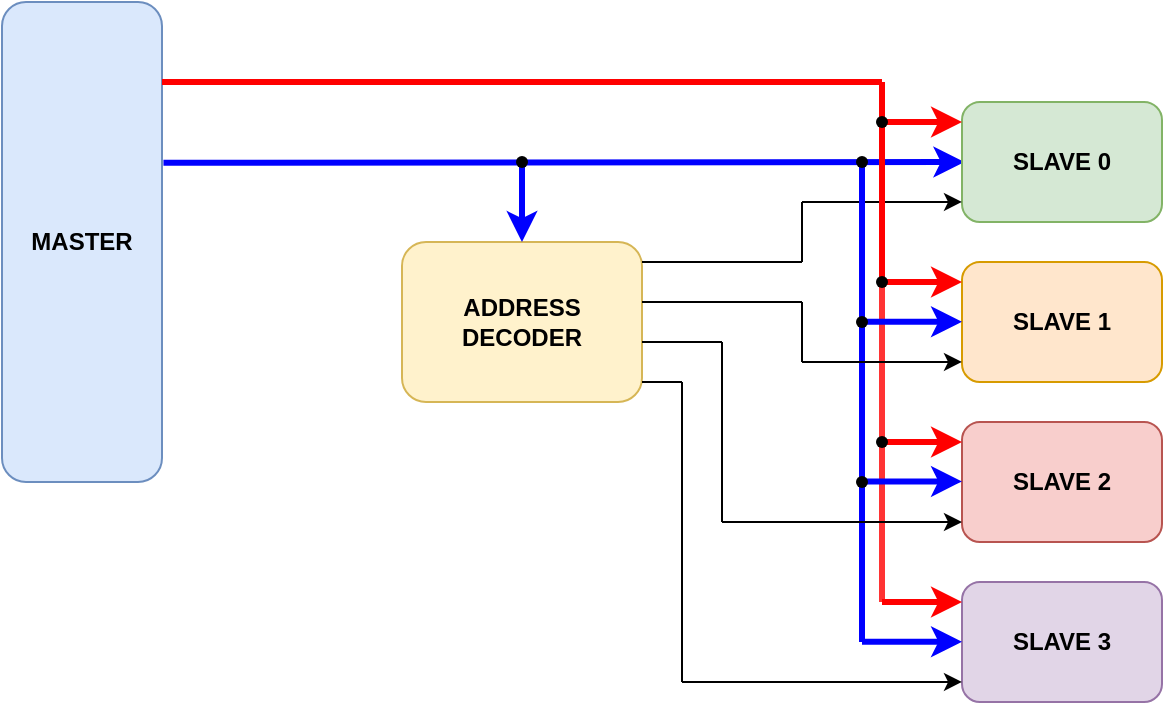
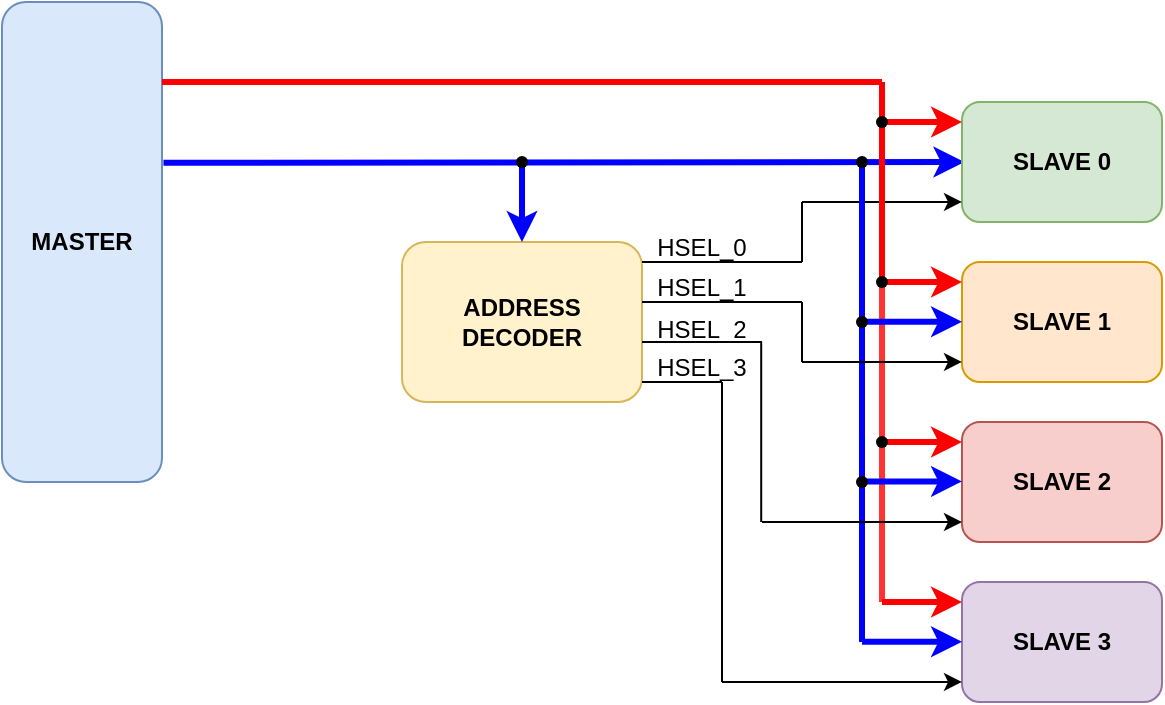
<mxfile host="app.diagrams.net" agent="Mozilla/5.0 (Windows NT 10.0; Win64; x64) AppleWebKit/537.36 (KHTML, like Gecko) Chrome/144.0.0.0 Safari/537.36 Edg/144.0.0.0" pages="4">
  <diagram id="00dOMP4ly3Yvcw6Omt_P" name="AHB Block Diagram">
-     <mxGraphModel dx="527" dy="762" grid="1" gridSize="10" guides="1" tooltips="1" connect="1" arrows="1" fold="1" page="1" pageScale="1" pageWidth="850" pageHeight="1100" math="0" shadow="0">
+     <mxGraphModel dx="255" dy="368" grid="1" gridSize="10" guides="1" tooltips="1" connect="1" arrows="1" fold="1" page="1" pageScale="1" pageWidth="850" pageHeight="1100" math="0" shadow="0">
      <root>
        <mxCell id="0" />
        <mxCell id="1" parent="0" />
        <mxCell id="WVtcaOnAu4kVJNJomXHp-1" parent="1" style="rounded=1;whiteSpace=wrap;html=1;fillColor=#dae8fc;strokeColor=#6c8ebf;" value="&lt;b&gt;MASTER&lt;/b&gt;" vertex="1">
          <mxGeometry height="240" width="80" x="80" y="160" as="geometry" />
        </mxCell>
        <mxCell id="WVtcaOnAu4kVJNJomXHp-3" parent="1" style="rounded=1;whiteSpace=wrap;html=1;fillColor=#fff2cc;strokeColor=#d6b656;" value="&lt;b&gt;ADDRESS DECODER&lt;/b&gt;" vertex="1">
          <mxGeometry height="80" width="120" x="280" y="280" as="geometry" />
        </mxCell>
        <mxCell id="WVtcaOnAu4kVJNJomXHp-4" edge="1" parent="1" source="WVtcaOnAu4kVJNJomXHp-1" style="endArrow=classic;html=1;rounded=0;exitX=1.009;exitY=0.335;exitDx=0;exitDy=0;exitPerimeter=0;strokeWidth=3;strokeColor=#0000FF;" value="">
          <mxGeometry height="50" relative="1" width="50" as="geometry">
            <mxPoint x="170" y="240" as="sourcePoint" />
            <mxPoint x="561.2" y="240" as="targetPoint" />
          </mxGeometry>
        </mxCell>
        <mxCell id="WVtcaOnAu4kVJNJomXHp-5" edge="1" parent="1" source="WVtcaOnAu4kVJNJomXHp-6" style="endArrow=classic;html=1;rounded=0;entryX=0.5;entryY=0;entryDx=0;entryDy=0;strokeWidth=3;strokeColor=#0000FF;" target="WVtcaOnAu4kVJNJomXHp-3" value="">
          <mxGeometry height="50" relative="1" width="50" as="geometry">
            <mxPoint x="340" y="240" as="sourcePoint" />
            <mxPoint x="390" y="190" as="targetPoint" />
          </mxGeometry>
        </mxCell>
        <mxCell id="WVtcaOnAu4kVJNJomXHp-6" parent="1" style="shape=waypoint;sketch=0;fillStyle=solid;size=6;pointerEvents=1;points=[];fillColor=none;resizable=0;rotatable=0;perimeter=centerPerimeter;snapToPoint=1;" value="" vertex="1">
          <mxGeometry height="20" width="20" x="330" y="230" as="geometry" />
        </mxCell>
        <mxCell id="WVtcaOnAu4kVJNJomXHp-7" parent="1" style="rounded=1;whiteSpace=wrap;html=1;fillColor=#d5e8d4;strokeColor=#82b366;fontStyle=1" value="SLAVE 0" vertex="1">
          <mxGeometry height="60" width="100" x="560" y="210" as="geometry" />
        </mxCell>
        <mxCell id="WVtcaOnAu4kVJNJomXHp-8" parent="1" style="rounded=1;whiteSpace=wrap;html=1;fillColor=#ffe6cc;strokeColor=#d79b00;fontStyle=1" value="SLAVE 1" vertex="1">
          <mxGeometry height="60" width="100" x="560" y="290" as="geometry" />
        </mxCell>
        <mxCell id="WVtcaOnAu4kVJNJomXHp-9" parent="1" style="rounded=1;whiteSpace=wrap;html=1;fillColor=#f8cecc;strokeColor=#b85450;fontStyle=1" value="SLAVE 2" vertex="1">
          <mxGeometry height="60" width="100" x="560" y="370" as="geometry" />
        </mxCell>
        <mxCell id="WVtcaOnAu4kVJNJomXHp-10" parent="1" style="rounded=1;whiteSpace=wrap;html=1;fillColor=#e1d5e7;strokeColor=#9673a6;fontStyle=1" value="SLAVE 3" vertex="1">
          <mxGeometry height="60" width="100" x="560" y="450" as="geometry" />
        </mxCell>
        <mxCell id="WVtcaOnAu4kVJNJomXHp-11" edge="1" parent="1" source="WVtcaOnAu4kVJNJomXHp-3" style="endArrow=none;html=1;rounded=0;exitX=1;exitY=0.125;exitDx=0;exitDy=0;exitPerimeter=0;" value="">
          <mxGeometry height="50" relative="1" width="50" as="geometry">
            <mxPoint x="410" y="290" as="sourcePoint" />
            <mxPoint x="480" y="290" as="targetPoint" />
          </mxGeometry>
        </mxCell>
        <mxCell id="WVtcaOnAu4kVJNJomXHp-12" edge="1" parent="1" style="endArrow=none;html=1;rounded=0;" value="">
          <mxGeometry height="50" relative="1" width="50" as="geometry">
            <mxPoint x="480" y="290" as="sourcePoint" />
            <mxPoint x="480" y="260" as="targetPoint" />
          </mxGeometry>
        </mxCell>
        <mxCell id="WVtcaOnAu4kVJNJomXHp-13" edge="1" parent="1" style="endArrow=classic;html=1;rounded=0;entryX=0;entryY=0.833;entryDx=0;entryDy=0;entryPerimeter=0;" target="WVtcaOnAu4kVJNJomXHp-7" value="">
          <mxGeometry height="50" relative="1" width="50" as="geometry">
            <mxPoint x="480" y="260" as="sourcePoint" />
            <mxPoint x="540" y="260" as="targetPoint" />
          </mxGeometry>
        </mxCell>
        <mxCell id="WVtcaOnAu4kVJNJomXHp-18" edge="1" parent="1" style="endArrow=none;html=1;rounded=0;strokeWidth=3;strokeColor=#FF0000;" value="">
          <mxGeometry height="50" relative="1" width="50" as="geometry">
            <mxPoint x="160" y="200" as="sourcePoint" />
            <mxPoint x="520" y="200" as="targetPoint" />
          </mxGeometry>
        </mxCell>
        <mxCell id="WVtcaOnAu4kVJNJomXHp-19" edge="1" parent="1" source="WVtcaOnAu4kVJNJomXHp-25" style="endArrow=none;html=1;rounded=0;strokeWidth=3;strokeColor=#FF0000;" value="">
          <mxGeometry height="50" relative="1" width="50" as="geometry">
            <mxPoint x="520" y="380" as="sourcePoint" />
            <mxPoint x="520" y="200" as="targetPoint" />
          </mxGeometry>
        </mxCell>
        <mxCell id="WVtcaOnAu4kVJNJomXHp-20" edge="1" parent="1" style="endArrow=classic;html=1;rounded=0;entryX=0;entryY=0.167;entryDx=0;entryDy=0;entryPerimeter=0;strokeWidth=3;strokeColor=#FF0000;" target="WVtcaOnAu4kVJNJomXHp-7" value="">
          <mxGeometry height="50" relative="1" width="50" as="geometry">
            <mxPoint x="520" y="220" as="sourcePoint" />
            <mxPoint x="570" y="170" as="targetPoint" />
          </mxGeometry>
        </mxCell>
        <mxCell id="WVtcaOnAu4kVJNJomXHp-22" edge="1" parent="1" style="endArrow=classic;html=1;rounded=0;entryX=0;entryY=0.167;entryDx=0;entryDy=0;entryPerimeter=0;strokeWidth=3;strokeColor=#FF0000;" value="">
          <mxGeometry height="50" relative="1" width="50" as="geometry">
            <mxPoint x="520" y="300" as="sourcePoint" />
            <mxPoint x="560" y="300" as="targetPoint" />
          </mxGeometry>
        </mxCell>
        <mxCell id="WVtcaOnAu4kVJNJomXHp-23" parent="1" style="shape=waypoint;sketch=0;fillStyle=solid;size=6;pointerEvents=1;points=[];fillColor=none;resizable=0;rotatable=0;perimeter=centerPerimeter;snapToPoint=1;" value="" vertex="1">
          <mxGeometry height="20" width="20" x="510" y="210" as="geometry" />
        </mxCell>
        <mxCell id="WVtcaOnAu4kVJNJomXHp-24" edge="1" parent="1" style="endArrow=classic;html=1;rounded=0;entryX=0;entryY=0.167;entryDx=0;entryDy=0;entryPerimeter=0;strokeWidth=3;strokeColor=#FF0000;" value="">
          <mxGeometry height="50" relative="1" width="50" as="geometry">
            <mxPoint x="520" y="380" as="sourcePoint" />
            <mxPoint x="560" y="380" as="targetPoint" />
          </mxGeometry>
        </mxCell>
        <mxCell id="WVtcaOnAu4kVJNJomXHp-26" edge="1" parent="1" style="endArrow=none;html=1;rounded=0;strokeWidth=3;strokeColor=#FF3333;" target="WVtcaOnAu4kVJNJomXHp-25" value="">
          <mxGeometry height="50" relative="1" width="50" as="geometry">
            <mxPoint x="520" y="460" as="sourcePoint" />
            <mxPoint x="520" y="200" as="targetPoint" />
          </mxGeometry>
        </mxCell>
        <mxCell id="WVtcaOnAu4kVJNJomXHp-25" parent="1" style="shape=waypoint;sketch=0;fillStyle=solid;size=6;pointerEvents=1;points=[];fillColor=none;resizable=0;rotatable=0;perimeter=centerPerimeter;snapToPoint=1;" value="" vertex="1">
          <mxGeometry height="20" width="20" x="510" y="290" as="geometry" />
        </mxCell>
        <mxCell id="WVtcaOnAu4kVJNJomXHp-27" edge="1" parent="1" style="endArrow=none;html=1;rounded=0;strokeWidth=3;strokeColor=#0000FF;" target="WVtcaOnAu4kVJNJomXHp-30" value="">
          <mxGeometry height="50" relative="1" width="50" as="geometry">
            <mxPoint x="510" y="480" as="sourcePoint" />
            <mxPoint x="510" y="240" as="targetPoint" />
          </mxGeometry>
        </mxCell>
        <mxCell id="WVtcaOnAu4kVJNJomXHp-28" edge="1" parent="1" style="endArrow=classic;html=1;rounded=0;entryX=0;entryY=0.167;entryDx=0;entryDy=0;entryPerimeter=0;strokeWidth=3;strokeColor=#0000FF;" value="">
          <mxGeometry height="50" relative="1" width="50" as="geometry">
            <mxPoint x="510" y="399.72" as="sourcePoint" />
            <mxPoint x="560" y="399.72" as="targetPoint" />
          </mxGeometry>
        </mxCell>
        <mxCell id="WVtcaOnAu4kVJNJomXHp-29" edge="1" parent="1" style="endArrow=classic;html=1;rounded=0;entryX=0;entryY=0.167;entryDx=0;entryDy=0;entryPerimeter=0;strokeWidth=3;strokeColor=#0000FF;" value="">
          <mxGeometry height="50" relative="1" width="50" as="geometry">
            <mxPoint x="510" y="319.86" as="sourcePoint" />
            <mxPoint x="560" y="319.86" as="targetPoint" />
          </mxGeometry>
        </mxCell>
        <mxCell id="WVtcaOnAu4kVJNJomXHp-30" parent="1" style="shape=waypoint;sketch=0;fillStyle=solid;size=6;pointerEvents=1;points=[];fillColor=none;resizable=0;rotatable=0;perimeter=centerPerimeter;snapToPoint=1;" value="" vertex="1">
          <mxGeometry height="20" width="20" x="500.0000000000001" y="230" as="geometry" />
        </mxCell>
        <mxCell id="WVtcaOnAu4kVJNJomXHp-31" parent="1" style="shape=waypoint;sketch=0;fillStyle=solid;size=6;pointerEvents=1;points=[];fillColor=none;resizable=0;rotatable=0;perimeter=centerPerimeter;snapToPoint=1;" value="" vertex="1">
          <mxGeometry height="20" width="20" x="500" y="310" as="geometry" />
        </mxCell>
        <mxCell id="WVtcaOnAu4kVJNJomXHp-32" edge="1" parent="1" style="endArrow=classic;html=1;rounded=0;entryX=0;entryY=0.167;entryDx=0;entryDy=0;entryPerimeter=0;strokeWidth=3;strokeColor=#FF0000;" value="">
          <mxGeometry height="50" relative="1" width="50" as="geometry">
            <mxPoint x="520" y="460" as="sourcePoint" />
            <mxPoint x="560" y="460" as="targetPoint" />
          </mxGeometry>
        </mxCell>
        <mxCell id="WVtcaOnAu4kVJNJomXHp-33" edge="1" parent="1" style="endArrow=classic;html=1;rounded=0;entryX=0;entryY=0.167;entryDx=0;entryDy=0;entryPerimeter=0;strokeWidth=3;strokeColor=#0000FF;" value="">
          <mxGeometry height="50" relative="1" width="50" as="geometry">
            <mxPoint x="510" y="479.88" as="sourcePoint" />
            <mxPoint x="560" y="479.88" as="targetPoint" />
          </mxGeometry>
        </mxCell>
        <mxCell id="WVtcaOnAu4kVJNJomXHp-34" parent="1" style="shape=waypoint;sketch=0;fillStyle=solid;size=6;pointerEvents=1;points=[];fillColor=none;resizable=0;rotatable=0;perimeter=centerPerimeter;snapToPoint=1;" value="" vertex="1">
          <mxGeometry height="20" width="20" x="510" y="370" as="geometry" />
        </mxCell>
        <mxCell id="WVtcaOnAu4kVJNJomXHp-35" parent="1" style="shape=waypoint;sketch=0;fillStyle=solid;size=6;pointerEvents=1;points=[];fillColor=none;resizable=0;rotatable=0;perimeter=centerPerimeter;snapToPoint=1;" value="" vertex="1">
          <mxGeometry height="20" width="20" x="500" y="390" as="geometry" />
        </mxCell>
        <mxCell id="WVtcaOnAu4kVJNJomXHp-38" edge="1" parent="1" style="endArrow=none;html=1;rounded=0;" value="">
          <mxGeometry height="50" relative="1" width="50" as="geometry">
            <mxPoint x="400" y="310" as="sourcePoint" />
            <mxPoint x="480" y="310" as="targetPoint" />
          </mxGeometry>
        </mxCell>
        <mxCell id="WVtcaOnAu4kVJNJomXHp-39" edge="1" parent="1" style="endArrow=none;html=1;rounded=0;" value="">
          <mxGeometry height="50" relative="1" width="50" as="geometry">
            <mxPoint x="400" y="330" as="sourcePoint" />
-             <mxPoint x="440" y="330" as="targetPoint" />
+             <mxPoint x="460" y="330" as="targetPoint" />
          </mxGeometry>
        </mxCell>
        <mxCell id="WVtcaOnAu4kVJNJomXHp-40" edge="1" parent="1" style="endArrow=none;html=1;rounded=0;" value="">
          <mxGeometry height="50" relative="1" width="50" as="geometry">
            <mxPoint x="400" y="350" as="sourcePoint" />
-             <mxPoint x="420" y="350" as="targetPoint" />
+             <mxPoint x="440" y="350" as="targetPoint" />
          </mxGeometry>
        </mxCell>
        <mxCell id="WVtcaOnAu4kVJNJomXHp-41" edge="1" parent="1" style="endArrow=none;html=1;rounded=0;" value="">
          <mxGeometry height="50" relative="1" width="50" as="geometry">
-             <mxPoint x="420" y="500" as="sourcePoint" />
-             <mxPoint x="420" y="350" as="targetPoint" />
+             <mxPoint x="440" y="500" as="sourcePoint" />
+             <mxPoint x="440" y="350" as="targetPoint" />
          </mxGeometry>
        </mxCell>
        <mxCell id="WVtcaOnAu4kVJNJomXHp-42" edge="1" parent="1" style="endArrow=classic;html=1;rounded=0;entryX=0;entryY=0.833;entryDx=0;entryDy=0;entryPerimeter=0;" target="WVtcaOnAu4kVJNJomXHp-10" value="">
          <mxGeometry height="50" relative="1" width="50" as="geometry">
-             <mxPoint x="420" y="500" as="sourcePoint" />
+             <mxPoint x="440" y="499.98" as="sourcePoint" />
            <mxPoint x="470" y="450" as="targetPoint" />
          </mxGeometry>
        </mxCell>
        <mxCell id="WVtcaOnAu4kVJNJomXHp-43" edge="1" parent="1" style="endArrow=none;html=1;rounded=0;" value="">
          <mxGeometry height="50" relative="1" width="50" as="geometry">
-             <mxPoint x="440" y="420" as="sourcePoint" />
-             <mxPoint x="440" y="330" as="targetPoint" />
+             <mxPoint x="459.6" y="420" as="sourcePoint" />
+             <mxPoint x="459.6" y="330" as="targetPoint" />
          </mxGeometry>
        </mxCell>
        <mxCell id="WVtcaOnAu4kVJNJomXHp-44" edge="1" parent="1" style="endArrow=classic;html=1;rounded=0;entryX=0;entryY=0.833;entryDx=0;entryDy=0;entryPerimeter=0;" value="">
          <mxGeometry height="50" relative="1" width="50" as="geometry">
-             <mxPoint x="440" y="420" as="sourcePoint" />
+             <mxPoint x="460" y="420" as="sourcePoint" />
            <mxPoint x="560" y="420" as="targetPoint" />
          </mxGeometry>
        </mxCell>
        <mxCell id="WVtcaOnAu4kVJNJomXHp-45" edge="1" parent="1" style="endArrow=none;html=1;rounded=0;" value="">
          <mxGeometry height="50" relative="1" width="50" as="geometry">
            <mxPoint x="480" y="340" as="sourcePoint" />
            <mxPoint x="480" y="310" as="targetPoint" />
          </mxGeometry>
        </mxCell>
        <mxCell id="WVtcaOnAu4kVJNJomXHp-46" edge="1" parent="1" style="endArrow=classic;html=1;rounded=0;entryX=0;entryY=0.833;entryDx=0;entryDy=0;entryPerimeter=0;" target="WVtcaOnAu4kVJNJomXHp-8" value="">
          <mxGeometry height="50" relative="1" width="50" as="geometry">
            <mxPoint x="480" y="340" as="sourcePoint" />
            <mxPoint x="550" y="340" as="targetPoint" />
          </mxGeometry>
+         </mxCell>
+         <mxCell id="WVtcaOnAu4kVJNJomXHp-47" parent="1" style="text;html=1;whiteSpace=wrap;strokeColor=none;fillColor=none;align=center;verticalAlign=middle;rounded=0;" value="HSEL_0" vertex="1">
+           <mxGeometry height="15" width="60" x="400" y="275" as="geometry" />
+         </mxCell>
+         <mxCell id="WVtcaOnAu4kVJNJomXHp-48" parent="1" style="text;html=1;whiteSpace=wrap;strokeColor=none;fillColor=none;align=center;verticalAlign=middle;rounded=0;" value="HSEL_1" vertex="1">
+           <mxGeometry height="15" width="60" x="400" y="295" as="geometry" />
+         </mxCell>
+         <mxCell id="WVtcaOnAu4kVJNJomXHp-49" parent="1" style="text;html=1;whiteSpace=wrap;strokeColor=none;fillColor=none;align=center;verticalAlign=middle;rounded=0;" value="HSEL_2" vertex="1">
+           <mxGeometry height="7.5" width="60" x="400" y="320" as="geometry" />
+         </mxCell>
+         <mxCell id="WVtcaOnAu4kVJNJomXHp-50" parent="1" style="text;html=1;whiteSpace=wrap;strokeColor=none;fillColor=none;align=center;verticalAlign=middle;rounded=0;" value="HSEL_3" vertex="1">
+           <mxGeometry height="15" width="60" x="400" y="335" as="geometry" />
        </mxCell>
      </root>
    </mxGraphModel>
  </diagram>
  <diagram name="AHB Interface" id="AxdGKtdG9Rmgfqjtrl1U">
    <mxGraphModel dx="2046" dy="1106" grid="1" gridSize="10" guides="1" tooltips="1" connect="1" arrows="1" fold="1" page="1" pageScale="1" pageWidth="850" pageHeight="1100" math="0" shadow="0">
      <root>
        <mxCell id="0" />
        <mxCell id="1" parent="0" />
        <mxCell id="BZ9neWvH9tw47nREzwFn-1" parent="1" style="rounded=0;whiteSpace=wrap;html=1;" value="&lt;font style=&quot;font-size: 16px;&quot;&gt;&lt;b&gt;Manager&lt;/b&gt;&lt;/font&gt;" vertex="1">
          <mxGeometry height="200" width="120" x="400" y="80" as="geometry" />
        </mxCell>
        <mxCell id="BZ9neWvH9tw47nREzwFn-2" edge="1" parent="1" style="endArrow=classic;html=1;rounded=0;" value="">
          <mxGeometry height="50" relative="1" width="50" as="geometry">
            <mxPoint x="360" y="100" as="sourcePoint" />
            <mxPoint x="400" y="100" as="targetPoint" />
          </mxGeometry>
        </mxCell>
        <mxCell id="BZ9neWvH9tw47nREzwFn-3" edge="1" parent="1" style="endArrow=classic;html=1;rounded=0;" value="">
          <mxGeometry height="50" relative="1" width="50" as="geometry">
            <mxPoint x="360" y="120" as="sourcePoint" />
            <mxPoint x="400" y="120" as="targetPoint" />
          </mxGeometry>
        </mxCell>
        <mxCell id="BZ9neWvH9tw47nREzwFn-4" parent="1" style="text;html=1;whiteSpace=wrap;strokeColor=none;fillColor=none;align=center;verticalAlign=middle;rounded=0;fontStyle=1" value="HCLK" vertex="1">
          <mxGeometry height="20" width="40" x="320" y="90" as="geometry" />
        </mxCell>
        <mxCell id="BZ9neWvH9tw47nREzwFn-5" parent="1" style="text;html=1;whiteSpace=wrap;strokeColor=none;fillColor=none;align=center;verticalAlign=middle;rounded=0;fontStyle=1" value="HRESETn" vertex="1">
          <mxGeometry height="20" width="60" x="300" y="110" as="geometry" />
        </mxCell>
        <mxCell id="BZ9neWvH9tw47nREzwFn-6" parent="1" style="text;html=1;whiteSpace=wrap;strokeColor=none;fillColor=none;align=center;verticalAlign=middle;rounded=0;fontStyle=1" value="HREADY" vertex="1">
          <mxGeometry height="20" width="60" x="300" y="150" as="geometry" />
        </mxCell>
        <mxCell id="BZ9neWvH9tw47nREzwFn-7" edge="1" parent="1" style="endArrow=classic;html=1;rounded=0;" value="">
          <mxGeometry height="50" relative="1" width="50" as="geometry">
            <mxPoint x="360" y="160" as="sourcePoint" />
            <mxPoint x="400" y="160" as="targetPoint" />
          </mxGeometry>
        </mxCell>
        <mxCell id="BZ9neWvH9tw47nREzwFn-8" edge="1" parent="1" style="endArrow=classic;html=1;rounded=0;" value="">
          <mxGeometry height="50" relative="1" width="50" as="geometry">
            <mxPoint x="360" y="180" as="sourcePoint" />
            <mxPoint x="400" y="180" as="targetPoint" />
          </mxGeometry>
        </mxCell>
        <mxCell id="BZ9neWvH9tw47nREzwFn-9" parent="1" style="text;html=1;whiteSpace=wrap;strokeColor=none;fillColor=none;align=center;verticalAlign=middle;rounded=0;fontStyle=1" value="HSELx" vertex="1">
          <mxGeometry height="20" width="60" x="310" y="430" as="geometry" />
        </mxCell>
        <mxCell id="BZ9neWvH9tw47nREzwFn-10" edge="1" parent="1" style="endArrow=classic;html=1;rounded=0;" value="">
          <mxGeometry height="50" relative="1" width="50" as="geometry">
            <mxPoint x="360" y="260" as="sourcePoint" />
            <mxPoint x="400" y="260" as="targetPoint" />
          </mxGeometry>
        </mxCell>
        <mxCell id="BZ9neWvH9tw47nREzwFn-11" parent="1" style="text;html=1;whiteSpace=wrap;strokeColor=none;fillColor=none;align=center;verticalAlign=middle;rounded=0;fontStyle=1" value="HRDATA[31:0]" vertex="1">
          <mxGeometry height="20" width="90" x="270" y="250" as="geometry" />
        </mxCell>
        <mxCell id="BZ9neWvH9tw47nREzwFn-12" edge="1" parent="1" style="endArrow=classic;html=1;rounded=0;" value="">
          <mxGeometry height="50" relative="1" width="50" as="geometry">
            <mxPoint x="520" y="99.83" as="sourcePoint" />
            <mxPoint x="560" y="99.83" as="targetPoint" />
          </mxGeometry>
        </mxCell>
        <mxCell id="BZ9neWvH9tw47nREzwFn-13" edge="1" parent="1" style="endArrow=classic;html=1;rounded=0;" value="">
          <mxGeometry height="50" relative="1" width="50" as="geometry">
            <mxPoint x="520" y="119.83" as="sourcePoint" />
            <mxPoint x="560" y="119.83" as="targetPoint" />
          </mxGeometry>
        </mxCell>
        <mxCell id="BZ9neWvH9tw47nREzwFn-14" edge="1" parent="1" style="endArrow=classic;html=1;rounded=0;" value="">
          <mxGeometry height="50" relative="1" width="50" as="geometry">
            <mxPoint x="520" y="159.83" as="sourcePoint" />
            <mxPoint x="560" y="159.83" as="targetPoint" />
          </mxGeometry>
        </mxCell>
        <mxCell id="BZ9neWvH9tw47nREzwFn-15" edge="1" parent="1" style="endArrow=classic;html=1;rounded=0;" value="">
          <mxGeometry height="50" relative="1" width="50" as="geometry">
            <mxPoint x="520" y="140" as="sourcePoint" />
            <mxPoint x="560" y="140" as="targetPoint" />
          </mxGeometry>
        </mxCell>
        <mxCell id="BZ9neWvH9tw47nREzwFn-16" edge="1" parent="1" style="endArrow=classic;html=1;rounded=0;" value="">
          <mxGeometry height="50" relative="1" width="50" as="geometry">
            <mxPoint x="520" y="179.83" as="sourcePoint" />
            <mxPoint x="560" y="179.83" as="targetPoint" />
          </mxGeometry>
        </mxCell>
        <mxCell id="BZ9neWvH9tw47nREzwFn-17" edge="1" parent="1" style="endArrow=classic;html=1;rounded=0;" value="">
          <mxGeometry height="50" relative="1" width="50" as="geometry">
            <mxPoint x="520" y="200" as="sourcePoint" />
            <mxPoint x="560" y="200" as="targetPoint" />
          </mxGeometry>
        </mxCell>
        <mxCell id="BZ9neWvH9tw47nREzwFn-18" parent="1" style="text;html=1;whiteSpace=wrap;strokeColor=none;fillColor=none;align=center;verticalAlign=middle;rounded=0;fontStyle=1" value="HADDR[31:0]" vertex="1">
          <mxGeometry height="20" width="80" x="560" y="90" as="geometry" />
        </mxCell>
        <mxCell id="BZ9neWvH9tw47nREzwFn-19" parent="1" style="text;html=1;whiteSpace=wrap;strokeColor=none;fillColor=none;align=center;verticalAlign=middle;rounded=0;fontStyle=1" value="HWRITE" vertex="1">
          <mxGeometry height="20" width="60" x="560" y="110" as="geometry" />
        </mxCell>
        <mxCell id="BZ9neWvH9tw47nREzwFn-20" parent="1" style="text;html=1;whiteSpace=wrap;strokeColor=none;fillColor=none;align=center;verticalAlign=middle;rounded=0;fontStyle=1" value="HSIZE[2:0]" vertex="1">
          <mxGeometry height="20" width="70" x="560" y="130" as="geometry" />
        </mxCell>
        <mxCell id="BZ9neWvH9tw47nREzwFn-21" parent="1" style="text;html=1;whiteSpace=wrap;strokeColor=none;fillColor=none;align=center;verticalAlign=middle;rounded=0;fontStyle=1" value="HBURST[2:0]" vertex="1">
          <mxGeometry height="20" width="80" x="560" y="150" as="geometry" />
        </mxCell>
        <mxCell id="BZ9neWvH9tw47nREzwFn-22" parent="1" style="text;html=1;whiteSpace=wrap;strokeColor=none;fillColor=none;align=center;verticalAlign=middle;rounded=0;fontStyle=1" value="HPROT[3:0]" vertex="1">
          <mxGeometry height="20" width="80" x="560" y="170" as="geometry" />
        </mxCell>
        <mxCell id="BZ9neWvH9tw47nREzwFn-23" parent="1" style="text;html=1;whiteSpace=wrap;strokeColor=none;fillColor=none;align=center;verticalAlign=middle;rounded=0;fontStyle=1" value="HTRANS[1:0]" vertex="1">
          <mxGeometry height="20" width="80" x="560" y="190" as="geometry" />
        </mxCell>
        <mxCell id="BZ9neWvH9tw47nREzwFn-24" edge="1" parent="1" style="endArrow=classic;html=1;rounded=0;" value="">
          <mxGeometry height="50" relative="1" width="50" as="geometry">
            <mxPoint x="520" y="220" as="sourcePoint" />
            <mxPoint x="560" y="220" as="targetPoint" />
          </mxGeometry>
        </mxCell>
        <mxCell id="BZ9neWvH9tw47nREzwFn-25" parent="1" style="text;html=1;whiteSpace=wrap;strokeColor=none;fillColor=none;align=center;verticalAlign=middle;rounded=0;fontStyle=1" value="HMASTLOCK" vertex="1">
          <mxGeometry height="20" width="80" x="560" y="210" as="geometry" />
        </mxCell>
        <mxCell id="BZ9neWvH9tw47nREzwFn-26" edge="1" parent="1" style="endArrow=classic;html=1;rounded=0;" value="">
          <mxGeometry height="50" relative="1" width="50" as="geometry">
            <mxPoint x="520" y="259.8" as="sourcePoint" />
            <mxPoint x="560" y="259.8" as="targetPoint" />
          </mxGeometry>
        </mxCell>
        <mxCell id="BZ9neWvH9tw47nREzwFn-30" parent="1" style="text;html=1;whiteSpace=wrap;strokeColor=none;fillColor=none;align=center;verticalAlign=middle;rounded=0;fontStyle=1" value="HWDATA[31:0]" vertex="1">
          <mxGeometry height="20" width="95" x="555" y="250" as="geometry" />
        </mxCell>
        <mxCell id="BZ9neWvH9tw47nREzwFn-31" parent="1" style="rounded=0;whiteSpace=wrap;html=1;" value="&lt;font style=&quot;font-size: 16px;&quot;&gt;&lt;b&gt;Slave&lt;/b&gt;&lt;/font&gt;" vertex="1">
          <mxGeometry height="320" width="120" x="400" y="360" as="geometry" />
        </mxCell>
        <mxCell id="BZ9neWvH9tw47nREzwFn-32" edge="1" parent="1" style="endArrow=classic;html=1;rounded=0;" value="">
          <mxGeometry height="50" relative="1" width="50" as="geometry">
            <mxPoint x="360" y="489.83" as="sourcePoint" />
            <mxPoint x="400" y="489.83" as="targetPoint" />
          </mxGeometry>
        </mxCell>
        <mxCell id="BZ9neWvH9tw47nREzwFn-33" edge="1" parent="1" style="endArrow=classic;html=1;rounded=0;" value="">
          <mxGeometry height="50" relative="1" width="50" as="geometry">
            <mxPoint x="360" y="509.83" as="sourcePoint" />
            <mxPoint x="400" y="509.83" as="targetPoint" />
          </mxGeometry>
        </mxCell>
        <mxCell id="BZ9neWvH9tw47nREzwFn-34" edge="1" parent="1" style="endArrow=classic;html=1;rounded=0;" value="">
          <mxGeometry height="50" relative="1" width="50" as="geometry">
            <mxPoint x="360" y="549.83" as="sourcePoint" />
            <mxPoint x="400" y="549.83" as="targetPoint" />
          </mxGeometry>
        </mxCell>
        <mxCell id="BZ9neWvH9tw47nREzwFn-35" edge="1" parent="1" style="endArrow=classic;html=1;rounded=0;" value="">
          <mxGeometry height="50" relative="1" width="50" as="geometry">
            <mxPoint x="360" y="530" as="sourcePoint" />
            <mxPoint x="400" y="530" as="targetPoint" />
          </mxGeometry>
        </mxCell>
        <mxCell id="BZ9neWvH9tw47nREzwFn-36" edge="1" parent="1" style="endArrow=classic;html=1;rounded=0;" value="">
          <mxGeometry height="50" relative="1" width="50" as="geometry">
            <mxPoint x="360" y="569.83" as="sourcePoint" />
            <mxPoint x="400" y="569.83" as="targetPoint" />
          </mxGeometry>
        </mxCell>
        <mxCell id="BZ9neWvH9tw47nREzwFn-37" edge="1" parent="1" style="endArrow=classic;html=1;rounded=0;" value="">
          <mxGeometry height="50" relative="1" width="50" as="geometry">
            <mxPoint x="360" y="590" as="sourcePoint" />
            <mxPoint x="400" y="590" as="targetPoint" />
          </mxGeometry>
        </mxCell>
        <mxCell id="BZ9neWvH9tw47nREzwFn-38" parent="1" style="text;html=1;whiteSpace=wrap;strokeColor=none;fillColor=none;align=center;verticalAlign=middle;rounded=0;fontStyle=1" value="HADDR[31:0]" vertex="1">
          <mxGeometry height="20" width="80" x="275" y="480" as="geometry" />
        </mxCell>
        <mxCell id="BZ9neWvH9tw47nREzwFn-39" parent="1" style="text;html=1;whiteSpace=wrap;strokeColor=none;fillColor=none;align=center;verticalAlign=middle;rounded=0;fontStyle=1" value="HWRITE" vertex="1">
          <mxGeometry height="20" width="60" x="275" y="500" as="geometry" />
        </mxCell>
        <mxCell id="BZ9neWvH9tw47nREzwFn-40" parent="1" style="text;html=1;whiteSpace=wrap;strokeColor=none;fillColor=none;align=center;verticalAlign=middle;rounded=0;fontStyle=1" value="HSIZE[2:0]" vertex="1">
          <mxGeometry height="20" width="70" x="275" y="520" as="geometry" />
        </mxCell>
        <mxCell id="BZ9neWvH9tw47nREzwFn-41" parent="1" style="text;html=1;whiteSpace=wrap;strokeColor=none;fillColor=none;align=center;verticalAlign=middle;rounded=0;fontStyle=1" value="HBURST[2:0]" vertex="1">
          <mxGeometry height="20" width="80" x="275" y="540" as="geometry" />
        </mxCell>
        <mxCell id="BZ9neWvH9tw47nREzwFn-42" parent="1" style="text;html=1;whiteSpace=wrap;strokeColor=none;fillColor=none;align=center;verticalAlign=middle;rounded=0;fontStyle=1" value="HPROT[3:0]" vertex="1">
          <mxGeometry height="20" width="80" x="275" y="560" as="geometry" />
        </mxCell>
        <mxCell id="BZ9neWvH9tw47nREzwFn-43" parent="1" style="text;html=1;whiteSpace=wrap;strokeColor=none;fillColor=none;align=center;verticalAlign=middle;rounded=0;fontStyle=1" value="HTRANS[1:0]" vertex="1">
          <mxGeometry height="20" width="80" x="275" y="580" as="geometry" />
        </mxCell>
        <mxCell id="BZ9neWvH9tw47nREzwFn-44" edge="1" parent="1" style="endArrow=classic;html=1;rounded=0;" value="">
          <mxGeometry height="50" relative="1" width="50" as="geometry">
            <mxPoint x="360" y="610" as="sourcePoint" />
            <mxPoint x="400" y="610" as="targetPoint" />
          </mxGeometry>
        </mxCell>
        <mxCell id="BZ9neWvH9tw47nREzwFn-45" parent="1" style="text;html=1;whiteSpace=wrap;strokeColor=none;fillColor=none;align=center;verticalAlign=middle;rounded=0;fontStyle=1" value="HMASTLOCK" vertex="1">
          <mxGeometry height="20" width="80" x="275" y="600" as="geometry" />
        </mxCell>
        <mxCell id="BZ9neWvH9tw47nREzwFn-46" edge="1" parent="1" style="endArrow=classic;html=1;rounded=0;" value="">
          <mxGeometry height="50" relative="1" width="50" as="geometry">
            <mxPoint x="360" y="649.8" as="sourcePoint" />
            <mxPoint x="400" y="649.8" as="targetPoint" />
          </mxGeometry>
        </mxCell>
        <mxCell id="BZ9neWvH9tw47nREzwFn-47" parent="1" style="text;html=1;whiteSpace=wrap;strokeColor=none;fillColor=none;align=center;verticalAlign=middle;rounded=0;fontStyle=1" value="HWDATA[31:0]" vertex="1">
          <mxGeometry height="20" width="95" x="270" y="640" as="geometry" />
        </mxCell>
        <mxCell id="BZ9neWvH9tw47nREzwFn-49" edge="1" parent="1" style="endArrow=classic;html=1;rounded=0;" value="">
          <mxGeometry height="50" relative="1" width="50" as="geometry">
            <mxPoint x="360" y="380" as="sourcePoint" />
            <mxPoint x="400" y="380" as="targetPoint" />
          </mxGeometry>
        </mxCell>
        <mxCell id="BZ9neWvH9tw47nREzwFn-50" edge="1" parent="1" style="endArrow=classic;html=1;rounded=0;" value="">
          <mxGeometry height="50" relative="1" width="50" as="geometry">
            <mxPoint x="360" y="400" as="sourcePoint" />
            <mxPoint x="400" y="400" as="targetPoint" />
          </mxGeometry>
        </mxCell>
        <mxCell id="BZ9neWvH9tw47nREzwFn-51" edge="1" parent="1" style="endArrow=classic;html=1;rounded=0;" value="">
          <mxGeometry height="50" relative="1" width="50" as="geometry">
            <mxPoint x="360" y="440" as="sourcePoint" />
            <mxPoint x="400" y="440" as="targetPoint" />
          </mxGeometry>
        </mxCell>
        <mxCell id="BZ9neWvH9tw47nREzwFn-52" parent="1" style="text;html=1;whiteSpace=wrap;strokeColor=none;fillColor=none;align=center;verticalAlign=middle;rounded=0;fontStyle=1" value="HCLK" vertex="1">
          <mxGeometry height="20" width="40" x="320" y="370" as="geometry" />
        </mxCell>
        <mxCell id="BZ9neWvH9tw47nREzwFn-53" parent="1" style="text;html=1;whiteSpace=wrap;strokeColor=none;fillColor=none;align=center;verticalAlign=middle;rounded=0;fontStyle=1" value="HRESETn" vertex="1">
          <mxGeometry height="20" width="60" x="300" y="390" as="geometry" />
        </mxCell>
        <mxCell id="BZ9neWvH9tw47nREzwFn-54" parent="1" style="shape=curlyBracket;whiteSpace=wrap;html=1;rounded=1;labelPosition=left;verticalLabelPosition=middle;align=right;verticalAlign=middle;" value="" vertex="1">
          <mxGeometry height="35" width="20" x="230" y="90" as="geometry" />
        </mxCell>
        <mxCell id="BZ9neWvH9tw47nREzwFn-55" parent="1" style="text;html=1;whiteSpace=wrap;strokeColor=none;fillColor=none;align=center;verticalAlign=middle;rounded=0;fontStyle=1" value="HRESP" vertex="1">
          <mxGeometry height="20" width="60" x="300" y="170" as="geometry" />
        </mxCell>
        <mxCell id="BZ9neWvH9tw47nREzwFn-56" parent="1" style="shape=curlyBracket;whiteSpace=wrap;html=1;rounded=1;labelPosition=left;verticalLabelPosition=middle;align=right;verticalAlign=middle;" value="" vertex="1">
          <mxGeometry height="140" width="20" x="230" y="480" as="geometry" />
        </mxCell>
        <mxCell id="BZ9neWvH9tw47nREzwFn-57" parent="1" style="shape=curlyBracket;whiteSpace=wrap;html=1;rounded=1;labelPosition=left;verticalLabelPosition=middle;align=right;verticalAlign=middle;rotation=-180;" value="" vertex="1">
          <mxGeometry height="135" width="20" x="650" y="90" as="geometry" />
        </mxCell>
        <mxCell id="BZ9neWvH9tw47nREzwFn-58" parent="1" style="text;html=1;whiteSpace=wrap;strokeColor=none;fillColor=none;align=center;verticalAlign=middle;rounded=0;fontStyle=1" value="&lt;span style=&quot;font-weight: normal;&quot;&gt;Global signals&lt;/span&gt;" vertex="1">
          <mxGeometry height="20" width="90" x="140" y="97.5" as="geometry" />
        </mxCell>
        <mxCell id="BZ9neWvH9tw47nREzwFn-59" parent="1" style="text;html=1;whiteSpace=wrap;strokeColor=none;fillColor=none;align=center;verticalAlign=middle;rounded=0;fontStyle=1" value="&lt;span style=&quot;font-weight: normal;&quot;&gt;Transfer response&lt;/span&gt;" vertex="1">
          <mxGeometry height="20" width="60" x="170" y="157.5" as="geometry" />
        </mxCell>
        <mxCell id="BZ9neWvH9tw47nREzwFn-60" parent="1" style="text;html=1;whiteSpace=wrap;strokeColor=none;fillColor=none;align=center;verticalAlign=middle;rounded=0;fontStyle=1" value="&lt;span style=&quot;font-weight: normal;&quot;&gt;Data&lt;/span&gt;" vertex="1">
          <mxGeometry height="20" width="60" x="170" y="250" as="geometry" />
        </mxCell>
        <mxCell id="BZ9neWvH9tw47nREzwFn-61" parent="1" style="text;html=1;whiteSpace=wrap;strokeColor=none;fillColor=none;align=center;verticalAlign=middle;rounded=0;fontStyle=1" value="&lt;span style=&quot;font-weight: normal;&quot;&gt;Address and control signals&lt;/span&gt;" vertex="1">
          <mxGeometry height="37.5" width="90" x="670" y="140" as="geometry" />
        </mxCell>
        <mxCell id="BZ9neWvH9tw47nREzwFn-62" parent="1" style="shape=curlyBracket;whiteSpace=wrap;html=1;rounded=1;labelPosition=left;verticalLabelPosition=middle;align=right;verticalAlign=middle;" value="" vertex="1">
          <mxGeometry height="35" width="20" x="230" y="150" as="geometry" />
        </mxCell>
        <mxCell id="BZ9neWvH9tw47nREzwFn-63" parent="1" style="text;html=1;whiteSpace=wrap;strokeColor=none;fillColor=none;align=center;verticalAlign=middle;rounded=0;fontStyle=1" value="&lt;span style=&quot;font-weight: normal;&quot;&gt;Address and control signals&lt;/span&gt;" vertex="1">
          <mxGeometry height="37.5" width="90" x="140" y="531" as="geometry" />
        </mxCell>
        <mxCell id="BZ9neWvH9tw47nREzwFn-64" parent="1" style="shape=curlyBracket;whiteSpace=wrap;html=1;rounded=1;labelPosition=left;verticalLabelPosition=middle;align=right;verticalAlign=middle;" value="" vertex="1">
          <mxGeometry height="35" width="20" x="230" y="375" as="geometry" />
        </mxCell>
        <mxCell id="BZ9neWvH9tw47nREzwFn-65" parent="1" style="text;html=1;whiteSpace=wrap;strokeColor=none;fillColor=none;align=center;verticalAlign=middle;rounded=0;fontStyle=1" value="&lt;span style=&quot;font-weight: normal;&quot;&gt;Global signals&lt;/span&gt;" vertex="1">
          <mxGeometry height="20" width="90" x="140" y="382.5" as="geometry" />
        </mxCell>
        <mxCell id="BZ9neWvH9tw47nREzwFn-66" parent="1" style="text;html=1;whiteSpace=wrap;strokeColor=none;fillColor=none;align=center;verticalAlign=middle;rounded=0;fontStyle=1" value="&lt;span style=&quot;font-weight: normal;&quot;&gt;Data&lt;/span&gt;" vertex="1">
          <mxGeometry height="20" width="60" x="670" y="250" as="geometry" />
        </mxCell>
        <mxCell id="BZ9neWvH9tw47nREzwFn-67" edge="1" parent="1" style="endArrow=classic;html=1;rounded=0;" value="">
          <mxGeometry height="50" relative="1" width="50" as="geometry">
            <mxPoint x="520" y="490" as="sourcePoint" />
            <mxPoint x="560" y="490" as="targetPoint" />
          </mxGeometry>
        </mxCell>
        <mxCell id="BZ9neWvH9tw47nREzwFn-68" edge="1" parent="1" style="endArrow=classic;html=1;rounded=0;" value="">
          <mxGeometry height="50" relative="1" width="50" as="geometry">
            <mxPoint x="520" y="510" as="sourcePoint" />
            <mxPoint x="560" y="510" as="targetPoint" />
          </mxGeometry>
        </mxCell>
        <mxCell id="BZ9neWvH9tw47nREzwFn-69" parent="1" style="text;html=1;whiteSpace=wrap;strokeColor=none;fillColor=none;align=center;verticalAlign=middle;rounded=0;fontStyle=1" value="HREADY" vertex="1">
          <mxGeometry height="20" width="60" x="560" y="480" as="geometry" />
        </mxCell>
        <mxCell id="BZ9neWvH9tw47nREzwFn-70" parent="1" style="text;html=1;whiteSpace=wrap;strokeColor=none;fillColor=none;align=center;verticalAlign=middle;rounded=0;fontStyle=1" value="HRESP" vertex="1">
          <mxGeometry height="20" width="60" x="560" y="500" as="geometry" />
        </mxCell>
        <mxCell id="BZ9neWvH9tw47nREzwFn-71" edge="1" parent="1" style="endArrow=classic;html=1;rounded=0;" value="">
          <mxGeometry height="50" relative="1" width="50" as="geometry">
            <mxPoint x="520" y="649.6600000000001" as="sourcePoint" />
            <mxPoint x="560" y="649.6600000000001" as="targetPoint" />
          </mxGeometry>
        </mxCell>
        <mxCell id="BZ9neWvH9tw47nREzwFn-72" parent="1" style="text;html=1;whiteSpace=wrap;strokeColor=none;fillColor=none;align=center;verticalAlign=middle;rounded=0;fontStyle=1" value="HRDATA[31:0]" vertex="1">
          <mxGeometry height="20" width="90" x="560" y="640" as="geometry" />
        </mxCell>
        <mxCell id="BZ9neWvH9tw47nREzwFn-73" parent="1" style="text;html=1;whiteSpace=wrap;strokeColor=none;fillColor=none;align=center;verticalAlign=middle;rounded=0;fontStyle=1" value="&lt;span style=&quot;font-weight: normal;&quot;&gt;Data&lt;/span&gt;" vertex="1">
          <mxGeometry height="20" width="60" x="155" y="640" as="geometry" />
        </mxCell>
        <mxCell id="BZ9neWvH9tw47nREzwFn-74" parent="1" style="text;html=1;whiteSpace=wrap;strokeColor=none;fillColor=none;align=center;verticalAlign=middle;rounded=0;fontStyle=1" value="&lt;span style=&quot;font-weight: normal;&quot;&gt;Data&lt;/span&gt;" vertex="1">
          <mxGeometry height="20" width="50" x="675" y="640" as="geometry" />
        </mxCell>
        <mxCell id="BZ9neWvH9tw47nREzwFn-75" parent="1" style="text;html=1;whiteSpace=wrap;strokeColor=none;fillColor=none;align=center;verticalAlign=middle;rounded=0;fontStyle=1" value="&lt;span style=&quot;font-weight: normal;&quot;&gt;Transfer response&lt;/span&gt;" vertex="1">
          <mxGeometry height="20" width="60" x="670" y="487.5" as="geometry" />
        </mxCell>
        <mxCell id="BZ9neWvH9tw47nREzwFn-76" parent="1" style="shape=curlyBracket;whiteSpace=wrap;html=1;rounded=1;labelPosition=left;verticalLabelPosition=middle;align=right;verticalAlign=middle;rotation=-180;" value="" vertex="1">
          <mxGeometry height="35" width="20" x="640" y="480" as="geometry" />
        </mxCell>
        <mxCell id="BZ9neWvH9tw47nREzwFn-77" parent="1" style="text;html=1;whiteSpace=wrap;strokeColor=none;fillColor=none;align=center;verticalAlign=middle;rounded=0;fontStyle=1" value="&lt;span style=&quot;font-weight: normal;&quot;&gt;Select signal&lt;/span&gt;" vertex="1">
          <mxGeometry height="20" width="90" x="140" y="430" as="geometry" />
        </mxCell>
      </root>
    </mxGraphModel>
  </diagram>
  <diagram id="Hd4ECfvz_bm4RMetZK8C" name="Master Interface">
    <mxGraphModel dx="764" dy="1105" grid="1" gridSize="10" guides="1" tooltips="1" connect="1" arrows="1" fold="1" page="1" pageScale="1" pageWidth="850" pageHeight="1100" math="0" shadow="0">
      <root>
        <mxCell id="0" />
        <mxCell id="1" parent="0" />
      </root>
    </mxGraphModel>
  </diagram>
  <diagram id="AYzUWjTrgIps4r00h7mQ" name="Master FSM">
    <mxGraphModel dx="437" dy="631" grid="1" gridSize="10" guides="1" tooltips="1" connect="1" arrows="1" fold="1" page="1" pageScale="1" pageWidth="850" pageHeight="1100" math="0" shadow="0">
      <root>
        <mxCell id="0" />
        <mxCell id="1" parent="0" />
        <mxCell id="gUlQ52oibdo8bB1fHUDe-6" edge="1" parent="1" source="gUlQ52oibdo8bB1fHUDe-1" style="edgeStyle=orthogonalEdgeStyle;rounded=0;orthogonalLoop=1;jettySize=auto;html=1;exitX=1;exitY=0.5;exitDx=0;exitDy=0;entryX=0;entryY=0.5;entryDx=0;entryDy=0;" target="gUlQ52oibdo8bB1fHUDe-2">
          <mxGeometry relative="1" as="geometry" />
        </mxCell>
        <mxCell id="gUlQ52oibdo8bB1fHUDe-8" edge="1" parent="1" source="gUlQ52oibdo8bB1fHUDe-1" style="edgeStyle=orthogonalEdgeStyle;rounded=0;orthogonalLoop=1;jettySize=auto;html=1;entryX=0.5;entryY=0;entryDx=0;entryDy=0;" target="gUlQ52oibdo8bB1fHUDe-5">
          <mxGeometry relative="1" as="geometry" />
        </mxCell>
        <mxCell id="gUlQ52oibdo8bB1fHUDe-1" parent="1" style="ellipse;whiteSpace=wrap;html=1;" value="IDLE" vertex="1">
          <mxGeometry height="80" width="120" x="200" y="200" as="geometry" />
        </mxCell>
        <mxCell id="gUlQ52oibdo8bB1fHUDe-7" edge="1" parent="1" source="gUlQ52oibdo8bB1fHUDe-2" style="edgeStyle=orthogonalEdgeStyle;rounded=0;orthogonalLoop=1;jettySize=auto;html=1;entryX=0.5;entryY=0;entryDx=0;entryDy=0;" target="gUlQ52oibdo8bB1fHUDe-3">
          <mxGeometry relative="1" as="geometry" />
        </mxCell>
        <mxCell id="gUlQ52oibdo8bB1fHUDe-2" parent="1" style="ellipse;whiteSpace=wrap;html=1;" value="WR_ADDR_PHASE" vertex="1">
          <mxGeometry height="80" width="120" x="440" y="200" as="geometry" />
        </mxCell>
        <mxCell id="gUlQ52oibdo8bB1fHUDe-10" edge="1" parent="1" source="gUlQ52oibdo8bB1fHUDe-3" style="edgeStyle=orthogonalEdgeStyle;rounded=0;orthogonalLoop=1;jettySize=auto;html=1;entryX=0.5;entryY=0;entryDx=0;entryDy=0;" target="gUlQ52oibdo8bB1fHUDe-9">
          <mxGeometry relative="1" as="geometry" />
        </mxCell>
        <mxCell id="8WBKzOnGMAMBHIHuB8Qa-4" edge="1" parent="1" source="gUlQ52oibdo8bB1fHUDe-3" style="edgeStyle=orthogonalEdgeStyle;rounded=0;orthogonalLoop=1;jettySize=auto;html=1;entryX=1;entryY=0.5;entryDx=0;entryDy=0;" target="gUlQ52oibdo8bB1fHUDe-5">
          <mxGeometry relative="1" as="geometry" />
        </mxCell>
        <mxCell id="gUlQ52oibdo8bB1fHUDe-3" parent="1" style="ellipse;whiteSpace=wrap;html=1;" value="WR_DATA_PHASE" vertex="1">
          <mxGeometry height="80" width="120" x="440" y="360" as="geometry" />
        </mxCell>
        <mxCell id="gUlQ52oibdo8bB1fHUDe-11" edge="1" parent="1" source="gUlQ52oibdo8bB1fHUDe-4" style="edgeStyle=orthogonalEdgeStyle;rounded=0;orthogonalLoop=1;jettySize=auto;html=1;entryX=0;entryY=0.5;entryDx=0;entryDy=0;" target="gUlQ52oibdo8bB1fHUDe-9">
          <mxGeometry relative="1" as="geometry" />
        </mxCell>
        <mxCell id="8WBKzOnGMAMBHIHuB8Qa-6" edge="1" parent="1" source="gUlQ52oibdo8bB1fHUDe-4" style="edgeStyle=orthogonalEdgeStyle;rounded=0;orthogonalLoop=1;jettySize=auto;html=1;exitX=0;exitY=0.5;exitDx=0;exitDy=0;entryX=0;entryY=0.5;entryDx=0;entryDy=0;" target="gUlQ52oibdo8bB1fHUDe-1">
          <mxGeometry relative="1" as="geometry">
            <Array as="points">
              <mxPoint x="160.03" y="560.03" />
              <mxPoint x="160.03" y="240.03" />
            </Array>
          </mxGeometry>
        </mxCell>
        <mxCell id="gUlQ52oibdo8bB1fHUDe-4" parent="1" style="ellipse;whiteSpace=wrap;html=1;" value="RD_DATA_PHASE" vertex="1">
          <mxGeometry height="80" width="120" x="200" y="520" as="geometry" />
        </mxCell>
        <mxCell id="8WBKzOnGMAMBHIHuB8Qa-3" edge="1" parent="1" source="gUlQ52oibdo8bB1fHUDe-5" style="edgeStyle=orthogonalEdgeStyle;rounded=0;orthogonalLoop=1;jettySize=auto;html=1;" target="gUlQ52oibdo8bB1fHUDe-4" value="">
          <mxGeometry relative="1" as="geometry" />
        </mxCell>
        <mxCell id="gUlQ52oibdo8bB1fHUDe-5" parent="1" style="ellipse;whiteSpace=wrap;html=1;" value="RD_ADDR_PHASE" vertex="1">
          <mxGeometry height="80" width="120" x="200" y="360" as="geometry" />
        </mxCell>
        <mxCell id="gUlQ52oibdo8bB1fHUDe-9" parent="1" style="ellipse;whiteSpace=wrap;html=1;" value="WAIT_STATE" vertex="1">
          <mxGeometry height="80" width="120" x="440" y="520" as="geometry" />
        </mxCell>
        <mxCell id="8WBKzOnGMAMBHIHuB8Qa-1" edge="1" parent="1" source="gUlQ52oibdo8bB1fHUDe-5" style="endArrow=classic;html=1;rounded=0;entryX=0;entryY=0;entryDx=0;entryDy=0;exitX=1;exitY=1;exitDx=0;exitDy=0;" target="gUlQ52oibdo8bB1fHUDe-9" value="">
          <mxGeometry height="50" relative="1" width="50" as="geometry">
            <mxPoint x="350" y="490" as="sourcePoint" />
            <mxPoint x="400" y="440" as="targetPoint" />
          </mxGeometry>
        </mxCell>
        <mxCell id="8WBKzOnGMAMBHIHuB8Qa-5" edge="1" parent="1" source="gUlQ52oibdo8bB1fHUDe-3" style="endArrow=classic;html=1;rounded=0;exitX=0;exitY=0;exitDx=0;exitDy=0;entryX=1;entryY=1;entryDx=0;entryDy=0;" target="gUlQ52oibdo8bB1fHUDe-1" value="">
          <mxGeometry height="50" relative="1" width="50" as="geometry">
            <mxPoint x="370" y="340" as="sourcePoint" />
            <mxPoint x="420" y="290" as="targetPoint" />
          </mxGeometry>
        </mxCell>
      </root>
    </mxGraphModel>
  </diagram>
</mxfile>
